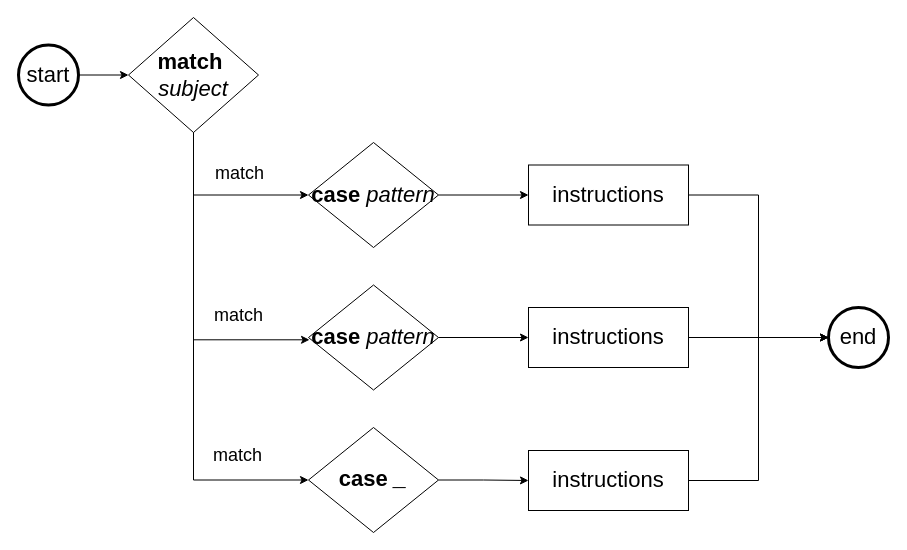
Earlier version of the draw.io diagram page "for" (6 of 6) of docs/diagrams-control.drawio (kushnertodd/basic-data-science-posts). Source tidied: cells renumbered, new cells numbered last; positions are measured from the earlier drawing's top-left corner, leaving out a move shared by most shapes. Both pictures are drawn from the tidied source at 100%, with x=0, y=0 at pixel (18, 17).
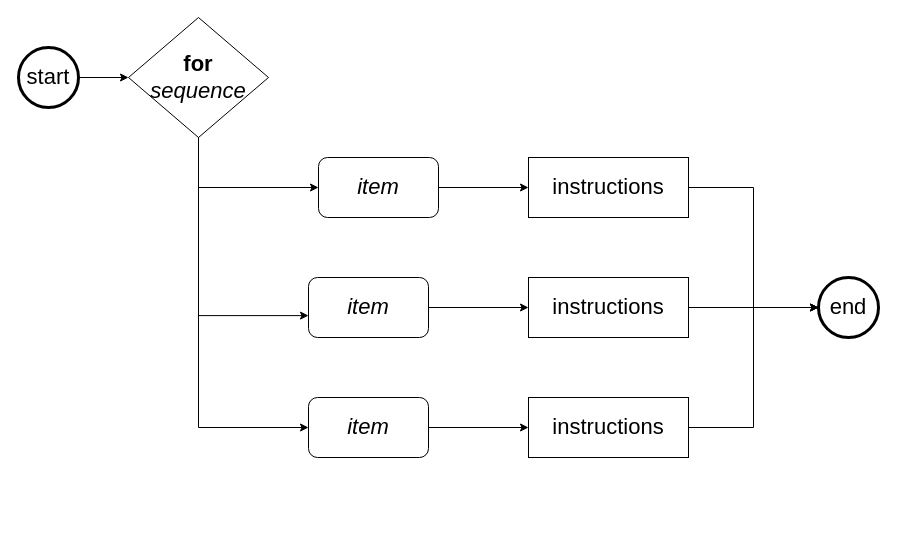
After the change.

Diff of the diagram source:
```diff
@@
-    <mxCell id="2" style="edgeStyle=orthogonalEdgeStyle;rounded=0;jettySize=auto;html=1;exitX=0.5;exitY=1;exitDx=0;exitDy=0;entryX=0;entryY=0.5;entryDx=0;entryDy=0;" parent="1" edge="1" source="4" target="10">
+    <mxCell id="2" style="edgeStyle=orthogonalEdgeStyle;rounded=0;jettySize=auto;html=1;exitX=0.5;exitY=1;exitDx=0;exitDy=0;entryX=0;entryY=0.5;entryDx=0;entryDy=0;" parent="1" edge="1" source="4" target="25">
       <mxGeometry x="-0.2" relative="1" as="geometry" />
     </mxCell>
-    <mxCell id="3" value="&lt;font style=&quot;font-size: 18px;&quot;&gt;match&lt;/font&gt;" style="edgeLabel;html=1;align=center;verticalAlign=middle;" parent="2" vertex="1">
-      <mxGeometry x="0.29" relative="1" as="geometry">
-        <mxPoint x="-6" y="-22" as="offset" />
-      </mxGeometry>
-    </mxCell>
-    <mxCell id="4" value="&lt;font style=&quot;font-size: 22px;&quot;&gt;&lt;b&gt;match&lt;/b&gt;&amp;nbsp;&lt;br&gt;&lt;i&gt;subject&lt;/i&gt;&lt;/font&gt;" style="rhombus;whiteSpace=wrap;html=1;shapeInside=1;" parent="1" vertex="1">
-      <mxGeometry x="110" width="130" height="115" as="geometry" />
+    <mxCell id="4" value="&lt;font style=&quot;font-size: 22px;&quot;&gt;&lt;b&gt;for&lt;/b&gt;&lt;br&gt;&lt;i&gt;sequence&lt;/i&gt;&lt;/font&gt;" style="rhombus;whiteSpace=wrap;html=1;shapeInside=1;" parent="1" vertex="1">
+      <mxGeometry x="110" width="140" height="120" as="geometry" />
     </mxCell>
@@
     <mxCell id="6" value="&lt;font style=&quot;font-size: 22px;&quot;&gt;start&lt;/font&gt;" style="ellipse;whiteSpace=wrap;html=1;shapeInside=1;strokeWidth=3;" parent="1" vertex="1">
-      <mxGeometry y="27.5" width="60" height="60" as="geometry" />
+      <mxGeometry y="30" width="60" height="60" as="geometry" />
     </mxCell>
     <mxCell id="7" value="&lt;font style=&quot;font-size: 22px;&quot;&gt;end&lt;/font&gt;" style="ellipse;whiteSpace=wrap;html=1;shapeInside=1;strokeWidth=3;" parent="1" vertex="1">
-      <mxGeometry x="810" y="290" width="60" height="60" as="geometry" />
+      <mxGeometry x="800" y="260" width="60" height="60" as="geometry" />
     </mxCell>
@@
     <mxCell id="9" value="&lt;font style=&quot;font-size: 22px;&quot;&gt;instructions&lt;/font&gt;" style="rounded=0;whiteSpace=wrap;html=1;" parent="1" vertex="1">
-      <mxGeometry x="510" y="433" width="160" height="60" as="geometry" />
+      <mxGeometry x="510" y="380" width="160" height="60" as="geometry" />
     </mxCell>
-    <mxCell id="10" value="&lt;font style=&quot;font-size: 22px;&quot;&gt;&lt;b&gt;case&lt;/b&gt; &lt;i&gt;pattern&lt;/i&gt;&lt;/font&gt;" style="rhombus;whiteSpace=wrap;html=1;shapeInside=1;" parent="1" vertex="1">
-      <mxGeometry x="290" y="125" width="130" height="105" as="geometry" />
-    </mxCell>
-    <mxCell id="11" style="edgeStyle=orthogonalEdgeStyle;rounded=0;jettySize=auto;html=1;entryX=0;entryY=0.5;entryDx=0;entryDy=0;exitX=1;exitY=0.5;exitDx=0;exitDy=0;" parent="1" edge="1" source="17" target="9">
+    <mxCell id="11" style="edgeStyle=orthogonalEdgeStyle;rounded=0;jettySize=auto;html=1;entryX=0;entryY=0.5;entryDx=0;entryDy=0;exitX=1;exitY=0.5;exitDx=0;exitDy=0;" parent="1" edge="1" source="27" target="9">
       <mxGeometry x="0.01" relative="1" as="geometry" />
     </mxCell>
@@
     <mxCell id="13" value="&lt;font style=&quot;font-size: 22px;&quot;&gt;instructions&lt;/font&gt;" style="rounded=0;whiteSpace=wrap;html=1;" parent="1" vertex="1">
-      <mxGeometry x="510" y="290" width="160" height="60" as="geometry" />
+      <mxGeometry x="510" y="260" width="160" height="60" as="geometry" />
     </mxCell>
@@
     <mxCell id="15" value="&lt;font style=&quot;font-size: 22px;&quot;&gt;instructions&lt;/font&gt;" style="rounded=0;whiteSpace=wrap;html=1;" parent="1" vertex="1">
-      <mxGeometry x="510" y="147.5" width="160" height="60" as="geometry" />
+      <mxGeometry x="510" y="140" width="160" height="60" as="geometry" />
     </mxCell>
-    <mxCell id="16" value="&lt;font style=&quot;font-size: 22px;&quot;&gt;&lt;b&gt;case&lt;/b&gt; &lt;i&gt;pattern&lt;/i&gt;&lt;/font&gt;" style="rhombus;whiteSpace=wrap;html=1;shapeInside=1;" parent="1" vertex="1">
-      <mxGeometry x="290" y="267.5" width="130" height="105" as="geometry" />
-    </mxCell>
-    <mxCell id="17" value="&lt;font style=&quot;font-size: 22px;&quot;&gt;&lt;b&gt;case&lt;/b&gt; &lt;i&gt;&lt;font face=&quot;Courier New&quot;&gt;&lt;b&gt;_&lt;/b&gt;&lt;/font&gt;&lt;/i&gt;&lt;/font&gt;" style="rhombus;whiteSpace=wrap;html=1;shapeInside=1;" parent="1" vertex="1">
-      <mxGeometry x="290" y="410" width="130" height="105" as="geometry" />
-    </mxCell>
-    <mxCell id="18" style="edgeStyle=orthogonalEdgeStyle;rounded=0;jettySize=auto;html=1;entryX=0;entryY=0.5;entryDx=0;entryDy=0;exitX=1;exitY=0.5;exitDx=0;exitDy=0;" parent="1" edge="1" source="16" target="13">
+    <mxCell id="18" style="edgeStyle=orthogonalEdgeStyle;rounded=0;jettySize=auto;html=1;entryX=0;entryY=0.5;entryDx=0;entryDy=0;exitX=1;exitY=0.5;exitDx=0;exitDy=0;" parent="1" edge="1" source="26" target="13">
       <mxGeometry x="0.01" relative="1" as="geometry" />
     </mxCell>
-    <mxCell id="19" style="edgeStyle=orthogonalEdgeStyle;rounded=0;jettySize=auto;html=1;entryX=0;entryY=0.5;entryDx=0;entryDy=0;exitX=1;exitY=0.5;exitDx=0;exitDy=0;" parent="1" edge="1" source="10" target="15">
-      <mxGeometry x="0.01" relative="1" as="geometry" />
-    </mxCell>
-    <mxCell id="20" style="edgeStyle=orthogonalEdgeStyle;rounded=0;jettySize=auto;html=1;exitX=0.5;exitY=1;exitDx=0;exitDy=0;entryX=0.008;entryY=0.522;entryDx=0;entryDy=0;entryPerimeter=0;" parent="1" edge="1" source="4" target="16">
+    <mxCell id="20" style="edgeStyle=orthogonalEdgeStyle;rounded=0;jettySize=auto;html=1;exitX=0.5;exitY=1;exitDx=0;exitDy=0;entryX=0.067;entryY=0.617;entryDx=0;entryDy=0;" parent="1" edge="1" source="4" target="26">
       <mxGeometry x="-0.2" relative="1" as="geometry" />
     </mxCell>
-    <mxCell id="21" value="&lt;font style=&quot;font-size: 18px;&quot;&gt;match&lt;/font&gt;" style="edgeLabel;html=1;align=center;verticalAlign=middle;" parent="20" vertex="1">
-      <mxGeometry x="0.29" relative="1" as="geometry">
-        <mxPoint x="43" y="-25" as="offset" />
-      </mxGeometry>
-    </mxCell>
-    <mxCell id="22" style="edgeStyle=orthogonalEdgeStyle;rounded=0;jettySize=auto;html=1;exitX=0.5;exitY=1;exitDx=0;exitDy=0;entryX=0;entryY=0.5;entryDx=0;entryDy=0;" parent="1" edge="1" source="4" target="17">
+    <mxCell id="22" style="edgeStyle=orthogonalEdgeStyle;rounded=0;jettySize=auto;html=1;exitX=0.5;exitY=1;exitDx=0;exitDy=0;entryX=0;entryY=0.5;entryDx=0;entryDy=0;" parent="1" edge="1" source="4" target="27">
       <mxGeometry x="-0.2" relative="1" as="geometry" />
     </mxCell>
-    <mxCell id="23" value="&lt;font style=&quot;font-size: 18px;&quot;&gt;match&lt;/font&gt;" style="edgeLabel;html=1;align=center;verticalAlign=middle;" parent="22" vertex="1">
-      <mxGeometry x="0.5" relative="1" as="geometry">
-        <mxPoint x="43" y="-25" as="offset" />
-      </mxGeometry>
-    </mxCell>
+    <mxCell id="24" style="edgeStyle=orthogonalEdgeStyle;rounded=0;jettySize=auto;html=1;entryX=0;entryY=0.5;entryDx=0;entryDy=0;" parent="1" edge="1" source="25" target="15">
+      <mxGeometry relative="1" as="geometry" />
+    </mxCell>
+    <mxCell id="25" value="&lt;div&gt;&lt;i style=&quot;font-size: 22px; background-color: transparent; color: light-dark(rgb(0, 0, 0), rgb(255, 255, 255));&quot;&gt;item&lt;/i&gt;&lt;/div&gt;" style="rounded=1;whiteSpace=wrap;html=1;roundedPerimeter=1;" parent="1" vertex="1">
+      <mxGeometry x="300" y="140" width="120" height="60" as="geometry" />
+    </mxCell>
+    <mxCell id="26" value="&lt;div&gt;&lt;i style=&quot;font-size: 22px; background-color: transparent; color: light-dark(rgb(0, 0, 0), rgb(255, 255, 255));&quot;&gt;item&lt;/i&gt;&lt;/div&gt;" style="rounded=1;whiteSpace=wrap;html=1;roundedPerimeter=1;" parent="1" vertex="1">
+      <mxGeometry x="290" y="260" width="120" height="60" as="geometry" />
+    </mxCell>
+    <mxCell id="27" value="&lt;div&gt;&lt;i style=&quot;font-size: 22px; background-color: transparent; color: light-dark(rgb(0, 0, 0), rgb(255, 255, 255));&quot;&gt;item&lt;/i&gt;&lt;/div&gt;" style="rounded=1;whiteSpace=wrap;html=1;roundedPerimeter=1;" parent="1" vertex="1">
+      <mxGeometry x="290" y="380" width="120" height="60" as="geometry" />
+    </mxCell>
```
